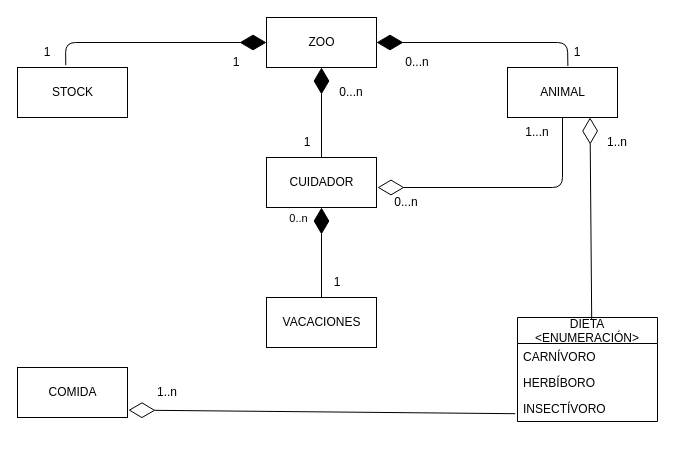
This is EJ5/ejercicio5.drawio from Trabajo-gruupal-empresa/Mediante-UML, a draw.io file, before an edit. Source tidied: cells renumbered, new cells numbered last; positions are measured from the earlier drawing's top-left corner, leaving out a move shared by most shapes. Both pictures are drawn from the tidied source at 100%, with x=0, y=0 at pixel (17, 17).
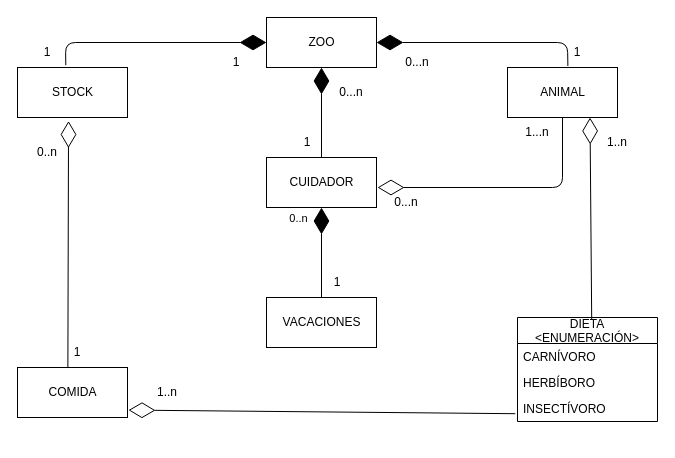
Above is the later version.

Commit message:
agregación stock/comida

The change refers to these unchanged cells:
```xml
<mxCell id="5" value="COMIDA" style="html=1;" parent="1" vertex="1">
  <mxGeometry y="350" width="110" height="50" as="geometry" />
</mxCell>
<mxCell id="7" value="STOCK" style="html=1;" parent="1" vertex="1">
  <mxGeometry y="50" width="110" height="50" as="geometry" />
</mxCell>
```

What changed in the source:
```diff
@@
+    <mxCell id="31" style="endArrow=diamondThin;endFill=0;endSize=24;html=1;entryX=0.464;entryY=1.07;entryDx=0;entryDy=0;entryPerimeter=0;exitX=0.458;exitY=-0.009;exitDx=0;exitDy=0;exitPerimeter=0;" parent="1" edge="1" source="5" target="7">
+      <mxGeometry relative="1" as="geometry" />
+    </mxCell>
+    <mxCell id="32" value="1" style="text;strokeColor=none;align=center;fillColor=none;html=1;verticalAlign=middle;whiteSpace=wrap;rounded=0;" parent="1" vertex="1">
+      <mxGeometry x="30" y="320" width="60" height="30" as="geometry" />
+    </mxCell>
+    <mxCell id="33" value="0..n" style="text;strokeColor=none;align=center;fillColor=none;html=1;verticalAlign=middle;whiteSpace=wrap;rounded=0;" parent="1" vertex="1">
+      <mxGeometry y="120" width="60" height="30" as="geometry" />
+    </mxCell>
```
